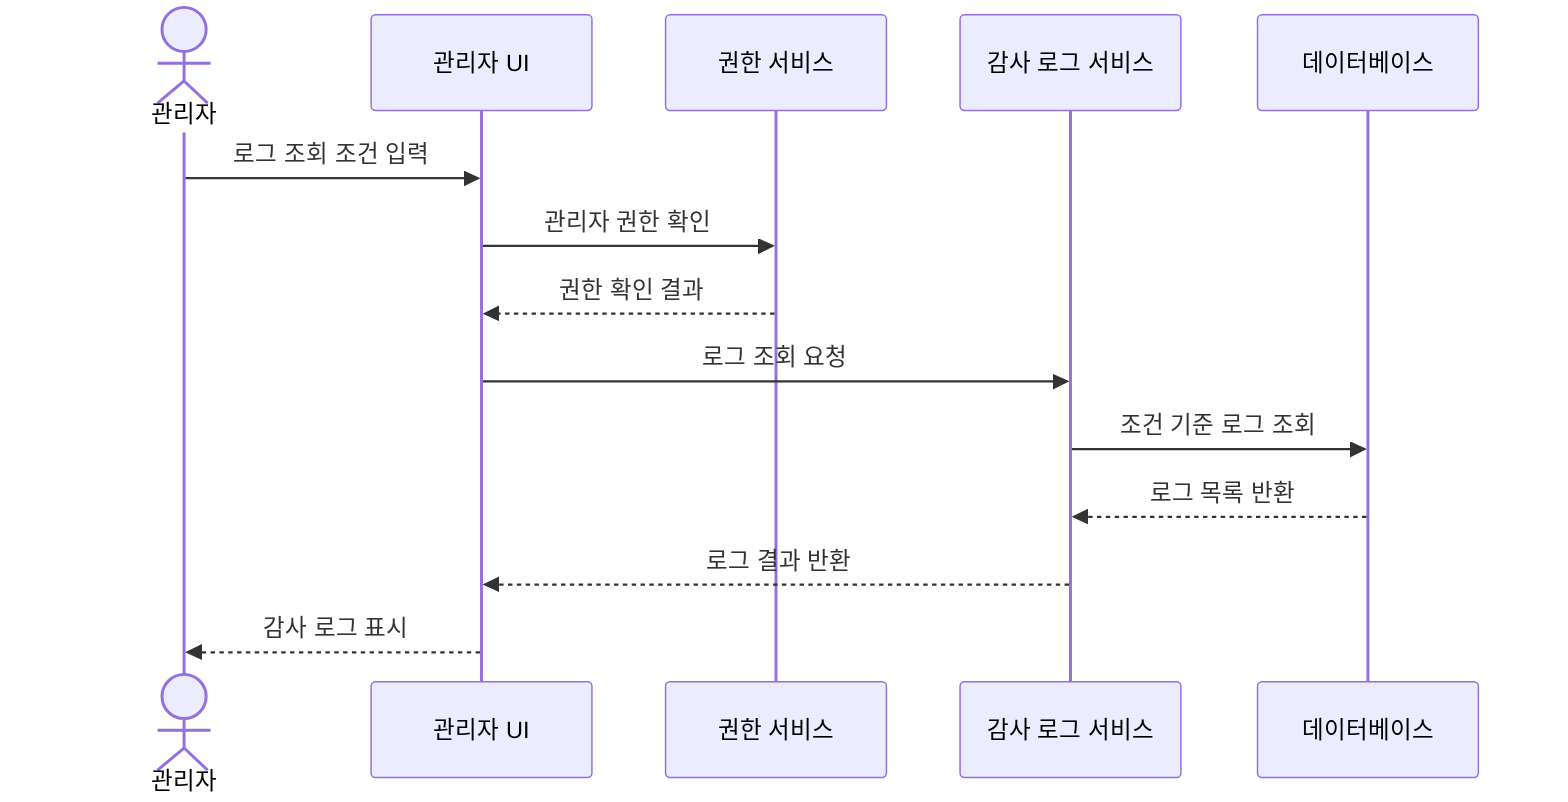
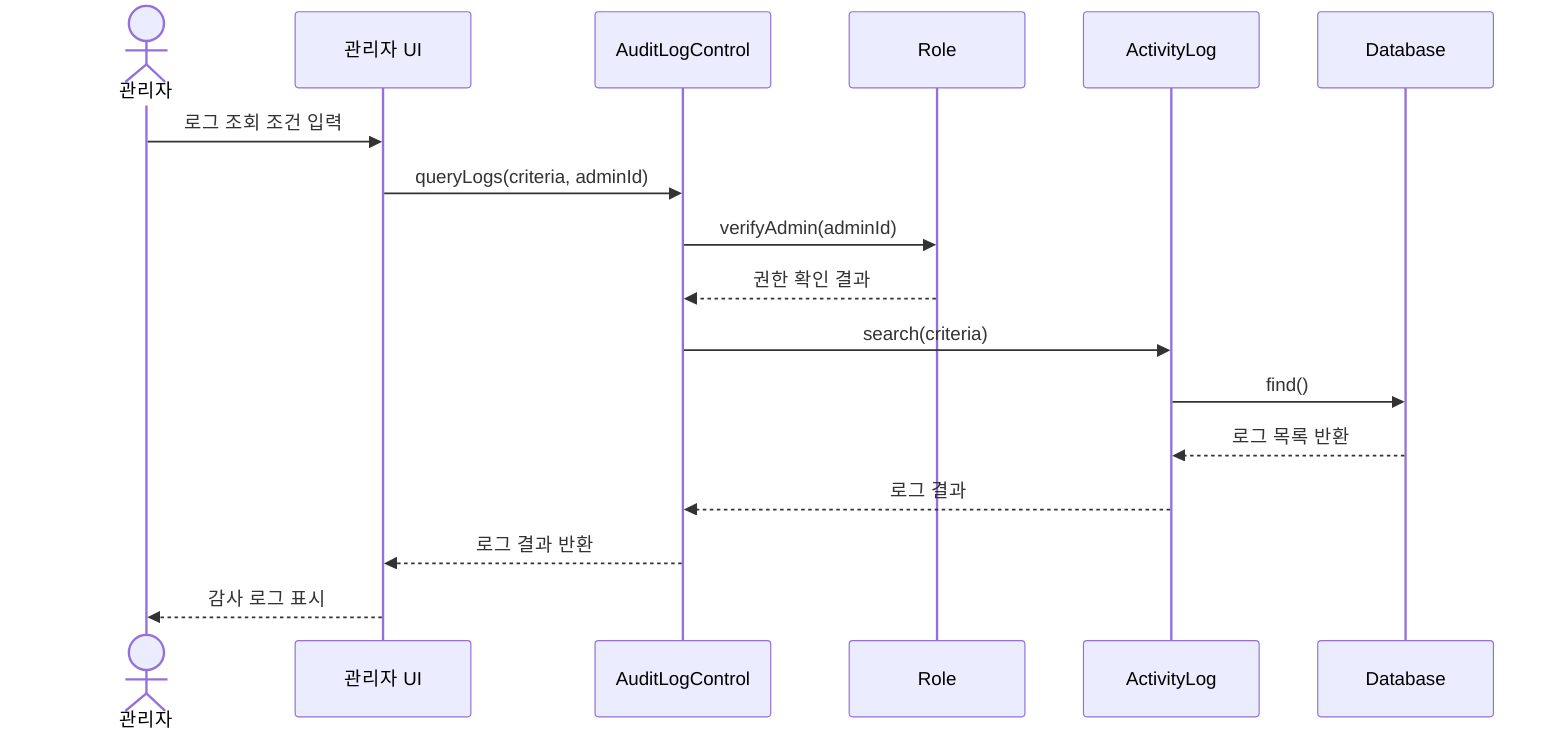
sequenceDiagram
    actor 관리자
    participant UI as 관리자 UI
-     participant Auth as 권한 서비스
-     participant Audit as 감사 로그 서비스
-     participant DB as 데이터베이스
+     participant Ctrl as AuditLogControl
+     participant Role as Role
+     participant Log as ActivityLog
+     participant DB as Database

    관리자->>UI: 로그 조회 조건 입력
-     UI->>Auth: 관리자 권한 확인
-     Auth-->>UI: 권한 확인 결과
-     UI->>Audit: 로그 조회 요청
-     Audit->>DB: 조건 기준 로그 조회
-     DB-->>Audit: 로그 목록 반환
-     Audit-->>UI: 로그 결과 반환
+     UI->>Ctrl: queryLogs(criteria, adminId)
+     Ctrl->>Role: verifyAdmin(adminId)
+     Role-->>Ctrl: 권한 확인 결과
+     Ctrl->>Log: search(criteria)
+     Log->>DB: find()
+     DB-->>Log: 로그 목록 반환
+     Log-->>Ctrl: 로그 결과
+     Ctrl-->>UI: 로그 결과 반환
    UI-->>관리자: 감사 로그 표시
